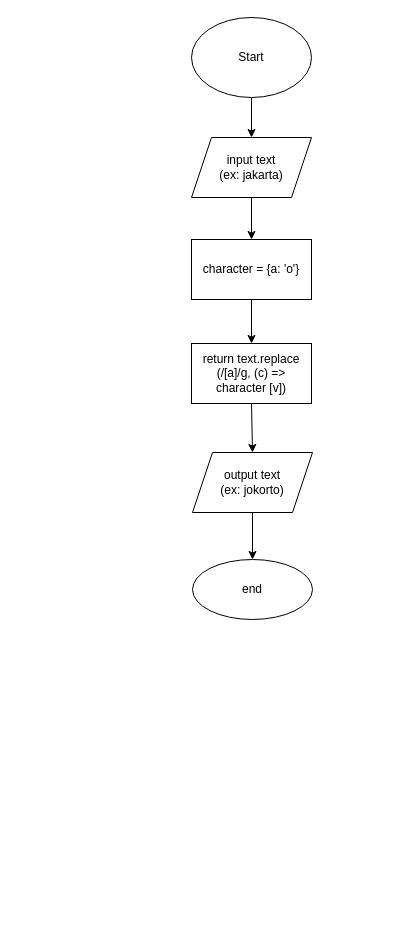
The draw.io diagram task1b.drawio in Deniansyah/fw12-javascript1, before the edit. Source tidied: cells renumbered, new cells numbered last; positions are measured from the earlier drawing's top-left corner, leaving out a move shared by most shapes. Both pictures are drawn from the tidied source at 100%, with x=0, y=0 at pixel (191, 17).
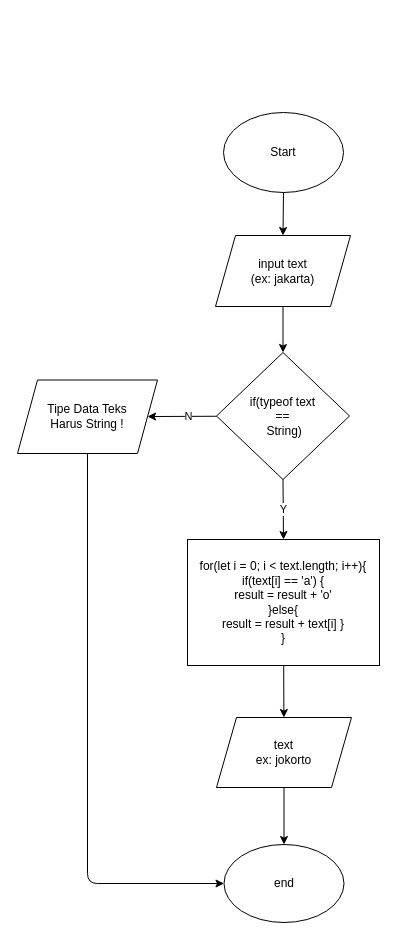
The same page after the edit.

Commit message (it also covers changes not shown here):
change flowchart, re-built task5 without method

Diff of the diagram source:
```diff
@@
 <mxGraphModel>
   <root>
     <mxCell id="0" />
     <mxCell id="1" parent="0" />
+    <mxCell id="3" value="Start" style="ellipse;whiteSpace=wrap;html=1;" parent="1" vertex="1">
+      <mxGeometry x="32" y="95" width="120" height="80" as="geometry" />
+    </mxCell>
+    <mxCell id="13" style="edgeStyle=none;html=1;" parent="1" edge="1" source="5" target="15">
+      <mxGeometry relative="1" as="geometry" />
+    </mxCell>
+    <mxCell id="5" value="input text&lt;br&gt;(ex: jakarta)" style="shape=parallelogram;perimeter=parallelogramPerimeter;whiteSpace=wrap;html=1;fixedSize=1;" parent="1" vertex="1">
+      <mxGeometry x="24" y="218" width="135" height="71" as="geometry" />
+    </mxCell>
+    <mxCell id="14" value="N" style="edgeStyle=none;html=1;" parent="1" edge="1" source="15" target="16">
+      <mxGeometry x="-0.18" relative="1" as="geometry" />
+    </mxCell>
+    <mxCell id="15" value="if(typeof text &lt;br&gt;==&lt;br&gt;&amp;nbsp;String)" style="rhombus;whiteSpace=wrap;html=1;" parent="1" vertex="1">
+      <mxGeometry x="25" y="335" width="133" height="127" as="geometry" />
+    </mxCell>
+    <mxCell id="16" value="Tipe Data Teks&lt;br&gt;Harus String !" style="shape=parallelogram;perimeter=parallelogramPerimeter;whiteSpace=wrap;html=1;fixedSize=1;" parent="1" vertex="1">
+      <mxGeometry x="-174" y="362.5" width="140" height="73.5" as="geometry" />
+    </mxCell>
+    <mxCell id="17" style="edgeStyle=none;html=1;" parent="1" edge="1" source="18" target="21">
+      <mxGeometry relative="1" as="geometry" />
+    </mxCell>
+    <mxCell id="18" value="for(let i = 0; i &amp;lt; text.length; i++){&lt;br&gt;if(text[i] == 'a') {&lt;br&gt;result = result + 'o'&lt;br&gt;}else{&lt;br&gt;result = result + text[i] }&lt;br&gt;}" style="whiteSpace=wrap;html=1;" parent="1" vertex="1">
+      <mxGeometry x="-4" y="522" width="192" height="126" as="geometry" />
+    </mxCell>
+    <mxCell id="19" value="Y" style="endArrow=classic;html=1;exitX=0.5;exitY=1;exitDx=0;exitDy=0;entryX=0.5;entryY=0;entryDx=0;entryDy=0;" parent="1" edge="1" source="15" target="18">
+      <mxGeometry relative="1" as="geometry" />
+    </mxCell>
+    <mxCell id="20" style="edgeStyle=none;html=1;" parent="1" edge="1" source="21" target="10">
+      <mxGeometry relative="1" as="geometry" />
+    </mxCell>
+    <mxCell id="21" value="text&lt;br&gt;ex: jokorto" style="shape=parallelogram;perimeter=parallelogramPerimeter;whiteSpace=wrap;html=1;fixedSize=1;" parent="1" vertex="1">
+      <mxGeometry x="25" y="700" width="135" height="70" as="geometry" />
+    </mxCell>
+    <mxCell id="10" value="end" style="ellipse;whiteSpace=wrap;html=1;" parent="1" vertex="1">
+      <mxGeometry x="32.5" y="827" width="120" height="78" as="geometry" />
+    </mxCell>
-    <mxCell id="2" style="edgeStyle=orthogonalEdgeStyle;rounded=0;jettySize=auto;html=1;" parent="1" edge="1" source="3" target="5">
+    <mxCell id="2" style="endArrow=classic;html=1;exitX=0.5;exitY=1;exitDx=0;exitDy=0;entryX=0.5;entryY=0;entryDx=0;entryDy=0;" parent="1" edge="1" source="3" target="5">
       <mxGeometry relative="1" as="geometry" />
     </mxCell>
-    <mxCell id="3" value="Start" style="ellipse;whiteSpace=wrap;html=1;" parent="1" vertex="1">
-      <mxGeometry width="120" height="80" as="geometry" />
-    </mxCell>
-    <mxCell id="4" style="edgeStyle=none;html=1;" parent="1" edge="1" source="5" target="7">
-      <mxGeometry relative="1" as="geometry" />
-    </mxCell>
-    <mxCell id="5" value="input text&lt;br&gt;(ex: jakarta)" style="shape=parallelogram;perimeter=parallelogramPerimeter;whiteSpace=wrap;html=1;fixedSize=1;" parent="1" vertex="1">
-      <mxGeometry y="120" width="120" height="60" as="geometry" />
-    </mxCell>
-    <mxCell id="6" style="edgeStyle=none;html=1;" parent="1" edge="1" source="7" target="11">
-      <mxGeometry relative="1" as="geometry" />
-    </mxCell>
-    <mxCell id="7" value="character = {a: 'o'}" style="whiteSpace=wrap;html=1;" parent="1" vertex="1">
-      <mxGeometry y="222" width="120" height="60" as="geometry" />
-    </mxCell>
-    <mxCell id="8" style="edgeStyle=none;html=1;" parent="1" edge="1" source="9" target="10">
-      <mxGeometry relative="1" as="geometry" />
-    </mxCell>
-    <mxCell id="9" value="output text&lt;br&gt;(ex: jokorto)" style="shape=parallelogram;perimeter=parallelogramPerimeter;whiteSpace=wrap;html=1;fixedSize=1;" parent="1" vertex="1">
-      <mxGeometry x="1" y="435" width="120" height="60" as="geometry" />
-    </mxCell>
-    <mxCell id="10" value="end" style="ellipse;whiteSpace=wrap;html=1;" parent="1" vertex="1">
-      <mxGeometry x="1" y="542" width="120" height="60" as="geometry" />
-    </mxCell>
-    <mxCell id="11" value="return text.replace (/[a]/g, (c) =&amp;gt; character [v])" style="whiteSpace=wrap;html=1;" parent="1" vertex="1">
-      <mxGeometry y="326" width="120" height="60" as="geometry" />
-    </mxCell>
-    <mxCell id="12" style="endArrow=classic;html=1;exitX=0.5;exitY=1;exitDx=0;exitDy=0;entryX=0.5;entryY=0;entryDx=0;entryDy=0;" parent="1" edge="1" source="11" target="9">
-      <mxGeometry relative="1" as="geometry" />
-    </mxCell>
+    <mxCell id="22" style="endArrow=classic;html=1;exitX=0.5;exitY=1;exitDx=0;exitDy=0;entryX=0;entryY=0.5;entryDx=0;entryDy=0;" parent="1" edge="1" source="16" target="10">
+      <mxGeometry relative="1" as="geometry">
+        <Array as="points">
+          <mxPoint x="-104" y="866" />
+        </Array>
+      </mxGeometry>
+    </mxCell>
   </root>
 </mxGraphModel>
```
